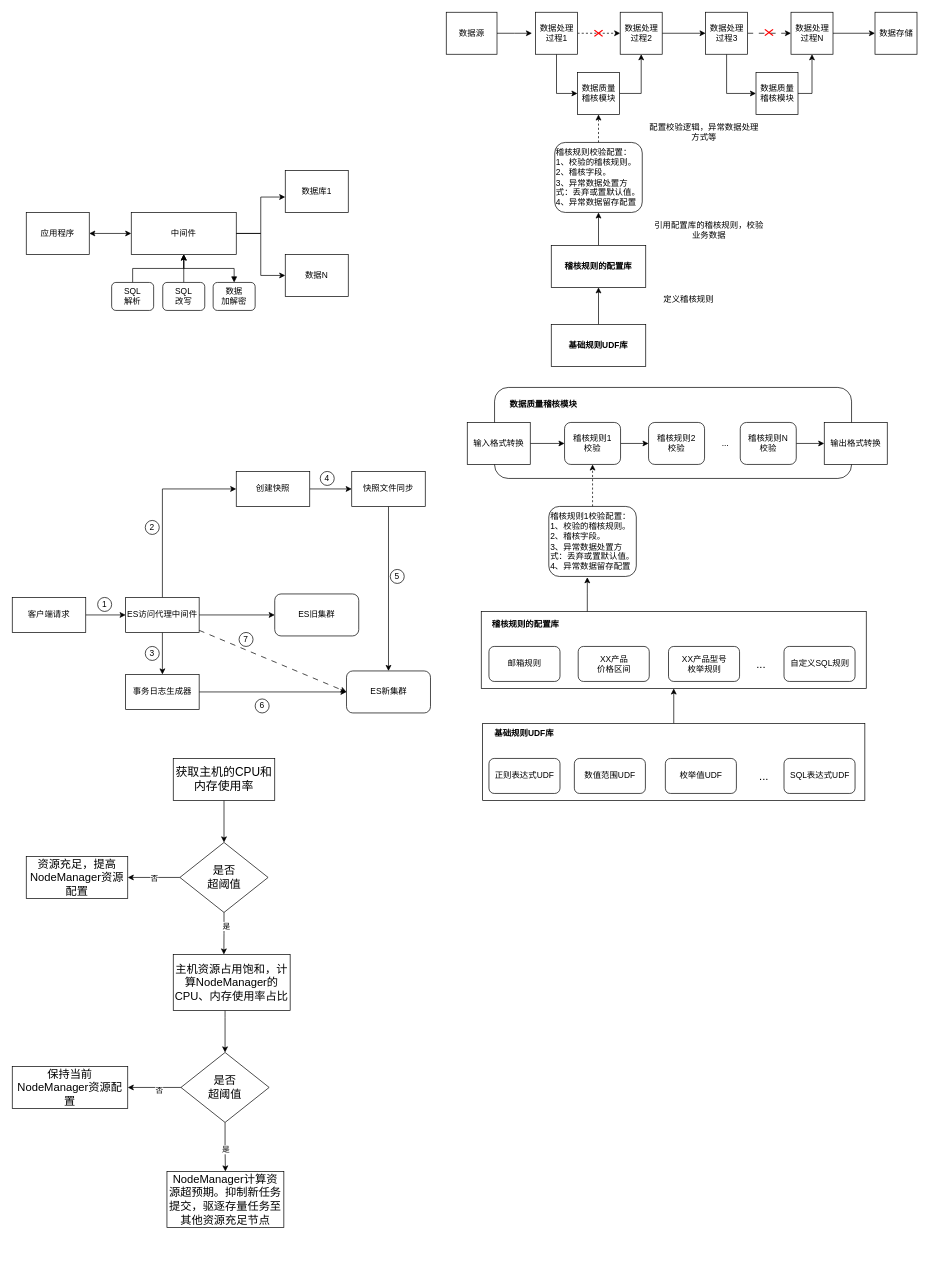
Earlier version of the draw.io diagram page "第 2 页" (2 of 2) of dame2024/zl.drawio (zcw5116/drawIO). Source tidied: cells renumbered, new cells numbered last; positions are measured from the earlier drawing's top-left corner, leaving out a move shared by most shapes. Both pictures are drawn from the tidied source at 70%, with x=0, y=0 at pixel (12, 12).
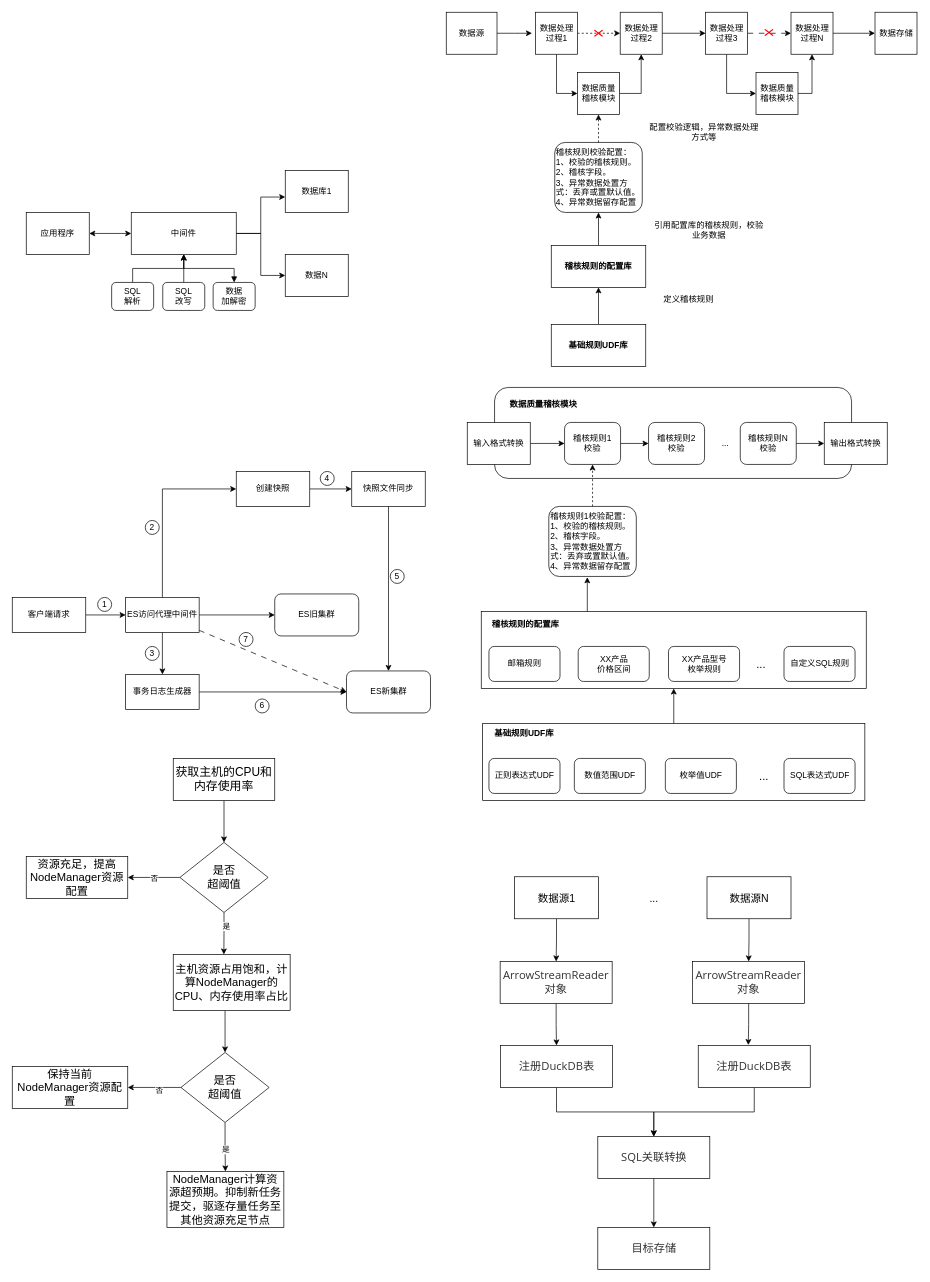
The same diagram, later.

Change to the diagram source:
```diff
@@
+    <mxCell id="111" style="edgeStyle=orthogonalEdgeStyle;rounded=0;jettySize=auto;html=1;entryX=0.5;entryY=0;entryDx=0;entryDy=0;" parent="1" edge="1" source="112" target="117">
+      <mxGeometry relative="1" as="geometry" />
+    </mxCell>
+    <mxCell id="112" value="数据源1" style="rounded=0;whiteSpace=wrap;html=1;fontSize=15;" parent="1" vertex="1">
+      <mxGeometry x="717.5" y="1235" width="120" height="60" as="geometry" />
+    </mxCell>
+    <mxCell id="113" style="edgeStyle=orthogonalEdgeStyle;rounded=0;jettySize=auto;html=1;entryX=0.5;entryY=0;entryDx=0;entryDy=0;" parent="1" edge="1" source="114" target="118">
+      <mxGeometry relative="1" as="geometry" />
+    </mxCell>
+    <mxCell id="114" value="数据源N" style="rounded=0;whiteSpace=wrap;html=1;fontSize=15;" parent="1" vertex="1">
+      <mxGeometry x="992.5" y="1235" width="120" height="60" as="geometry" />
+    </mxCell>
+    <mxCell id="115" value="&lt;font style=&quot;font-size: 15px;&quot;&gt;...&lt;/font&gt;" style="text;html=1;align=center;verticalAlign=middle;whiteSpace=wrap;rounded=0;fontSize=15;" parent="1" vertex="1">
+      <mxGeometry x="886.5" y="1250" width="60" height="30" as="geometry" />
+    </mxCell>
+    <mxCell id="116" style="edgeStyle=orthogonalEdgeStyle;rounded=0;jettySize=auto;html=1;entryX=0.5;entryY=0;entryDx=0;entryDy=0;" parent="1" edge="1" source="117" target="120">
+      <mxGeometry relative="1" as="geometry" />
+    </mxCell>
+    <mxCell id="117" value="&lt;span style=&quot;color: rgb(51, 51, 51); font-family: &amp;quot;Open Sans&amp;quot;, &amp;quot;Clear Sans&amp;quot;, &amp;quot;Helvetica Neue&amp;quot;, Helvetica, Arial, &amp;quot;Segoe UI Emoji&amp;quot;, sans-serif; font-size: 16px; orphans: 4; text-align: start; white-space-collapse: preserve; background-color: rgb(255, 255, 255);&quot;&gt;ArrowStreamReader&lt;/span&gt;&lt;div&gt;&lt;span style=&quot;color: rgb(51, 51, 51); font-family: &amp;quot;Open Sans&amp;quot;, &amp;quot;Clear Sans&amp;quot;, &amp;quot;Helvetica Neue&amp;quot;, Helvetica, Arial, &amp;quot;Segoe UI Emoji&amp;quot;, sans-serif; font-size: 16px; orphans: 4; text-align: start; white-space-collapse: preserve; background-color: rgb(255, 255, 255);&quot;&gt;对象&lt;/span&gt;&lt;/div&gt;" style="rounded=0;whiteSpace=wrap;html=1;fontSize=15;" parent="1" vertex="1">
+      <mxGeometry x="697" y="1356" width="160" height="60" as="geometry" />
+    </mxCell>
+    <mxCell id="118" value="&lt;span style=&quot;color: rgb(51, 51, 51); font-family: &amp;quot;Open Sans&amp;quot;, &amp;quot;Clear Sans&amp;quot;, &amp;quot;Helvetica Neue&amp;quot;, Helvetica, Arial, &amp;quot;Segoe UI Emoji&amp;quot;, sans-serif; font-size: 16px; orphans: 4; text-align: start; white-space-collapse: preserve; background-color: rgb(255, 255, 255);&quot;&gt;ArrowStreamReader&lt;/span&gt;&lt;div&gt;&lt;span style=&quot;color: rgb(51, 51, 51); font-family: &amp;quot;Open Sans&amp;quot;, &amp;quot;Clear Sans&amp;quot;, &amp;quot;Helvetica Neue&amp;quot;, Helvetica, Arial, &amp;quot;Segoe UI Emoji&amp;quot;, sans-serif; font-size: 16px; orphans: 4; text-align: start; white-space-collapse: preserve; background-color: rgb(255, 255, 255);&quot;&gt;对象&lt;/span&gt;&lt;/div&gt;" style="rounded=0;whiteSpace=wrap;html=1;fontSize=15;" parent="1" vertex="1">
+      <mxGeometry x="972" y="1356" width="160" height="60" as="geometry" />
+    </mxCell>
+    <mxCell id="119" style="edgeStyle=orthogonalEdgeStyle;rounded=0;jettySize=auto;html=1;entryX=0.5;entryY=0;entryDx=0;entryDy=0;" parent="1" edge="1" source="120" target="125">
+      <mxGeometry relative="1" as="geometry" />
+    </mxCell>
+    <mxCell id="120" value="&lt;div style=&quot;orphans: 4; text-align: start;&quot;&gt;&lt;font face=&quot;Open Sans, Clear Sans, Helvetica Neue, Helvetica, Arial, Segoe UI Emoji, sans-serif&quot; color=&quot;#333333&quot;&gt;&lt;span style=&quot;font-size: 16px; white-space-collapse: preserve; background-color: rgb(255, 255, 255);&quot;&gt;注册DuckDB表&lt;/span&gt;&lt;/font&gt;&lt;/div&gt;" style="rounded=0;whiteSpace=wrap;html=1;fontSize=15;" parent="1" vertex="1">
+      <mxGeometry x="697.5" y="1476" width="160" height="60" as="geometry" />
+    </mxCell>
+    <mxCell id="121" style="edgeStyle=orthogonalEdgeStyle;rounded=0;jettySize=auto;html=1;entryX=0.5;entryY=0;entryDx=0;entryDy=0;" parent="1" edge="1" source="122" target="125">
+      <mxGeometry relative="1" as="geometry" />
+    </mxCell>
+    <mxCell id="122" value="&lt;div style=&quot;orphans: 4; text-align: start;&quot;&gt;&lt;font face=&quot;Open Sans, Clear Sans, Helvetica Neue, Helvetica, Arial, Segoe UI Emoji, sans-serif&quot; color=&quot;#333333&quot;&gt;&lt;span style=&quot;font-size: 16px; white-space-collapse: preserve; background-color: rgb(255, 255, 255);&quot;&gt;注册DuckDB表&lt;/span&gt;&lt;/font&gt;&lt;/div&gt;" style="rounded=0;whiteSpace=wrap;html=1;fontSize=15;" parent="1" vertex="1">
+      <mxGeometry x="980" y="1476" width="160" height="60" as="geometry" />
+    </mxCell>
+    <mxCell id="123" style="edgeStyle=orthogonalEdgeStyle;rounded=0;jettySize=auto;html=1;entryX=0.447;entryY=-0.01;entryDx=0;entryDy=0;entryPerimeter=0;" parent="1" edge="1" source="118" target="122">
+      <mxGeometry relative="1" as="geometry" />
+    </mxCell>
+    <mxCell id="124" style="edgeStyle=orthogonalEdgeStyle;rounded=0;jettySize=auto;html=1;" parent="1" edge="1" source="125" target="126">
+      <mxGeometry relative="1" as="geometry" />
+    </mxCell>
+    <mxCell id="125" value="&lt;div style=&quot;orphans: 4; text-align: start;&quot;&gt;&lt;font face=&quot;Open Sans, Clear Sans, Helvetica Neue, Helvetica, Arial, Segoe UI Emoji, sans-serif&quot; color=&quot;#333333&quot;&gt;&lt;span style=&quot;font-size: 16px; white-space-collapse: preserve; background-color: rgb(255, 255, 255);&quot;&gt;SQL关联转换&lt;/span&gt;&lt;/font&gt;&lt;/div&gt;" style="rounded=0;whiteSpace=wrap;html=1;fontSize=15;" parent="1" vertex="1">
+      <mxGeometry x="836.5" y="1606" width="160" height="60" as="geometry" />
+    </mxCell>
+    <mxCell id="126" value="&lt;div style=&quot;orphans: 4; text-align: start;&quot;&gt;&lt;font face=&quot;Open Sans, Clear Sans, Helvetica Neue, Helvetica, Arial, Segoe UI Emoji, sans-serif&quot; color=&quot;#333333&quot;&gt;&lt;span style=&quot;font-size: 16px; white-space-collapse: preserve; background-color: rgb(255, 255, 255);&quot;&gt;目标存储&lt;/span&gt;&lt;/font&gt;&lt;/div&gt;" style="rounded=0;whiteSpace=wrap;html=1;fontSize=15;" parent="1" vertex="1">
+      <mxGeometry x="836.5" y="1736" width="160" height="60" as="geometry" />
+    </mxCell>
```
